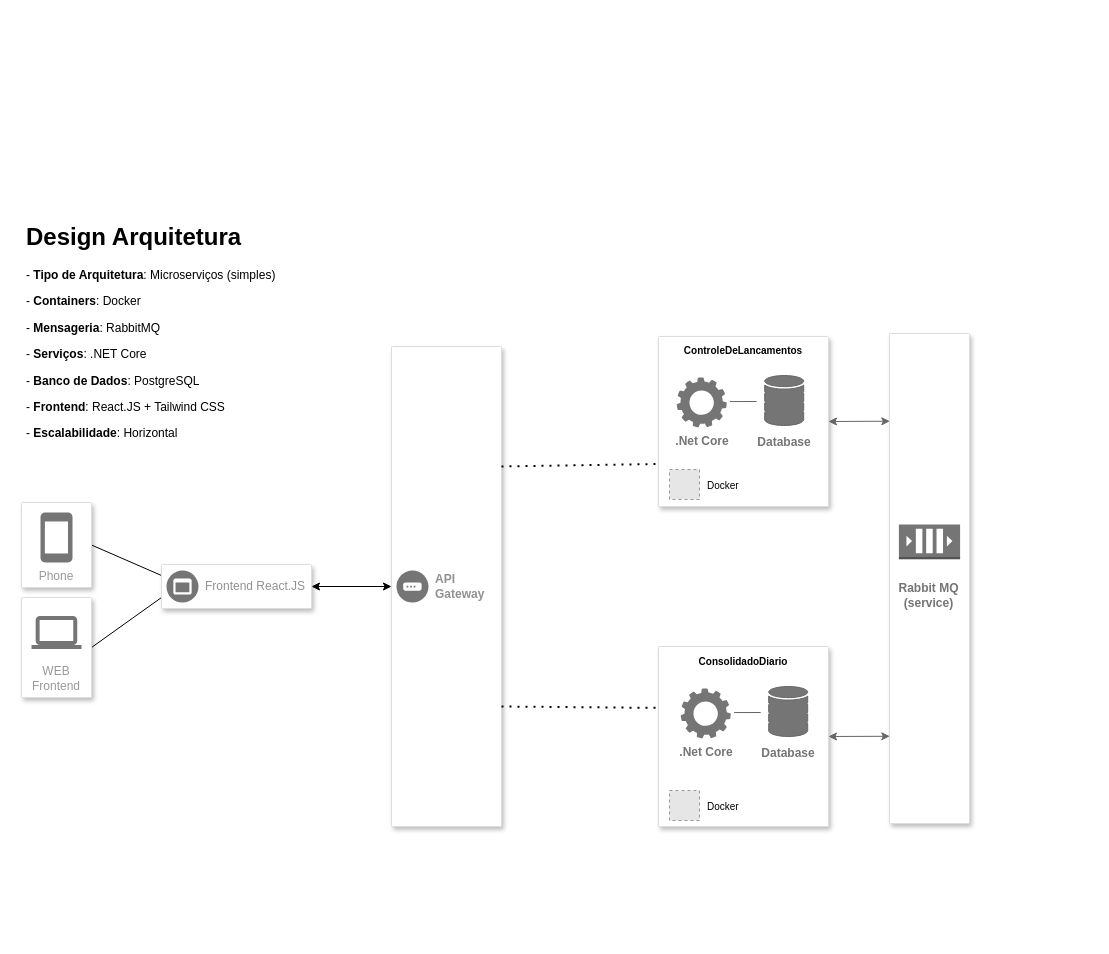
yanagassi/arquitetura_ms_dotnet keeps this draw.io diagram as Arquitetura/Diagrama de Arquitetura.drawio. Above is the earlier version. Source tidied: cells renumbered, new cells numbered last; positions are measured from the earlier drawing's top-left corner, leaving out a move shared by most shapes. Both pictures are drawn from the tidied source at 100%, with x=0, y=0 at pixel (21, 217). Pictures stored in the file or linked from it are replaced by grey dashed boxes.
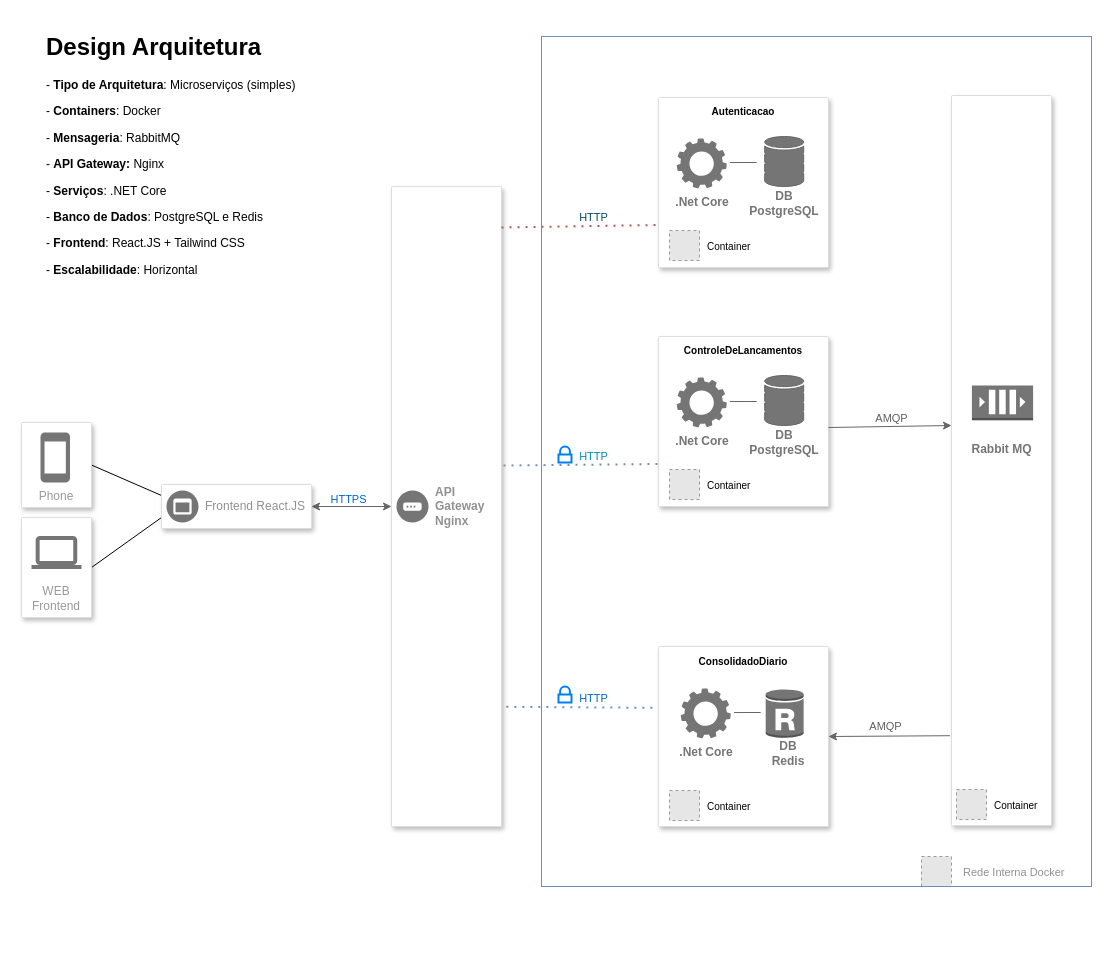
Above is the later version.

Unchanged cells that the change refers to:
```xml
<mxCell id="10" style="strokeColor=#dddddd;shadow=1;strokeWidth=1;rounded=1;absoluteArcSize=1;arcSize=2;" parent="1" vertex="1">
  <mxGeometry x="637" y="119" width="170" height="170" as="geometry" />
</mxCell>
<mxCell id="11" style="group;" parent="1" vertex="1">
  <mxGeometry x="648" y="248" width="91" height="39" as="geometry" />
</mxCell>
<mxCell id="19" style="strokeColor=#dddddd;shadow=1;strokeWidth=1;rounded=1;absoluteArcSize=1;arcSize=2;" parent="1" vertex="1">
  <mxGeometry x="637" y="429" width="170" height="180" as="geometry" />
</mxCell>
<mxCell id="20" style="group;" parent="1" vertex="1">
  <mxGeometry x="648" y="569" width="91" height="39" as="geometry" />
</mxCell>
```

Diff of the diagram source:
```diff
@@
+    <mxCell id="42" style="rounded=0;whiteSpace=wrap;html=1;fillColor=none;strokeColor=#6c8ebf;" parent="1" vertex="1">
+      <mxGeometry x="520" y="-181" width="550" height="850" as="geometry" />
+    </mxCell>
     <mxCell id="2" style="strokeColor=#dddddd;shadow=1;strokeWidth=1;rounded=1;absoluteArcSize=1;arcSize=2;" parent="1" vertex="1">
-      <mxGeometry x="370" y="129" width="110" height="480" as="geometry" />
+      <mxGeometry x="370" y="-31" width="110" height="640" as="geometry" />
     </mxCell>
-    <mxCell id="3" value="&lt;b&gt;&lt;font color=&quot;#919191&quot;&gt;API &lt;br&gt;Gateway&lt;/font&gt;&lt;/b&gt;" style="sketch=0;dashed=0;html=1;fillColor=#757575;strokeColor=none;shape=mxgraph.gcp2.gateway;labelPosition=right;verticalLabelPosition=middle;align=left;verticalAlign=middle;spacingLeft=5;fontSize=12;" parent="2" vertex="1">
+    <mxCell id="3" value="&lt;b&gt;&lt;font color=&quot;#919191&quot;&gt;API &lt;br&gt;Gateway&lt;br&gt;Nginx&lt;br&gt;&lt;/font&gt;&lt;/b&gt;" style="sketch=0;dashed=0;html=1;fillColor=#757575;strokeColor=none;shape=mxgraph.gcp2.gateway;labelPosition=right;verticalLabelPosition=middle;align=left;verticalAlign=middle;spacingLeft=5;fontSize=12;" parent="2" vertex="1">
       <mxGeometry y="0.5" width="32" height="32" relative="1" as="geometry">
         <mxPoint x="5" y="-16" as="offset" />
       </mxGeometry>
     </mxCell>
@@
     <mxCell id="5" value="Phone" style="strokeColor=#dddddd;shadow=1;strokeWidth=1;rounded=1;absoluteArcSize=1;arcSize=2;labelPosition=center;verticalLabelPosition=middle;align=center;verticalAlign=bottom;spacingLeft=0;fontColor=#999999;fontSize=12;whiteSpace=wrap;spacingBottom=2;html=1;" parent="1" vertex="1">
-      <mxGeometry y="285" width="70" height="85" as="geometry" />
+      <mxGeometry y="205" width="70" height="85" as="geometry" />
     </mxCell>
     <mxCell id="6" style="sketch=0;dashed=0;html=1;fillColor=#757575;strokeColor=none;shape=mxgraph.gcp2.phone;" parent="5" vertex="1">
-      <mxGeometry x="0.5" width="32" height="50" relative="1" as="geometry">
+      <mxGeometry x="0.5" width="29.5" height="50" relative="1" as="geometry">
         <mxPoint x="-16" y="10" as="offset" />
       </mxGeometry>
     </mxCell>
@@
     <mxCell id="8" value="WEB Frontend" style="strokeColor=#dddddd;shadow=1;strokeWidth=1;rounded=1;absoluteArcSize=1;arcSize=2;labelPosition=center;verticalLabelPosition=middle;align=center;verticalAlign=bottom;spacingLeft=0;fontColor=#999999;fontSize=12;whiteSpace=wrap;spacingBottom=2;html=1;" parent="1" vertex="1">
-      <mxGeometry y="380" width="70" height="100" as="geometry" />
+      <mxGeometry y="300" width="70" height="100" as="geometry" />
     </mxCell>
@@
-    <mxCell id="13" value="&lt;font style=&quot;font-size: 10px;&quot;&gt;Docker&lt;br&gt;&lt;/font&gt;" style="text;html=1;strokeColor=none;fillColor=none;align=left;verticalAlign=middle;whiteSpace=wrap;rounded=0;" parent="11" vertex="1">
+    <mxCell id="13" value="&lt;font style=&quot;font-size: 10px;&quot;&gt;Container&lt;br&gt;&lt;/font&gt;" style="text;html=1;strokeColor=none;fillColor=none;align=left;verticalAlign=middle;whiteSpace=wrap;rounded=0;" parent="11" vertex="1">
       <mxGeometry x="36" width="55" height="39" as="geometry" />
     </mxCell>
@@
     <mxCell id="15" style="group;" parent="1" vertex="1">
-      <mxGeometry x="868" y="166" width="80" height="440" as="geometry" />
+      <mxGeometry x="930" y="168" width="100" height="440" as="geometry" />
     </mxCell>
     <mxCell id="16" style="strokeColor=#dddddd;shadow=1;strokeWidth=1;rounded=1;absoluteArcSize=1;arcSize=2;align=right;" parent="15" vertex="1">
-      <mxGeometry y="-50" width="80" height="490" as="geometry" />
+      <mxGeometry y="-290" width="100" height="730" as="geometry" />
     </mxCell>
     <mxCell id="17" style="dashed=0;verticalLabelPosition=bottom;verticalAlign=top;align=center;html=1;shape=mxgraph.aws3.queue;fillColor=#757575;fontColor=#333333;strokeColor=#666666;" parent="15" vertex="1">
-      <mxGeometry x="9.4" y="141" width="61.2" height="34.8" as="geometry" />
+      <mxGeometry x="20.4" width="61.2" height="34.8" as="geometry" />
     </mxCell>
-    <mxCell id="18" value="&lt;b&gt;&lt;font color=&quot;#757575&quot;&gt;Rabbit MQ (service)&lt;/font&gt;&lt;/b&gt;" style="text;html=1;strokeColor=none;fillColor=none;align=center;verticalAlign=middle;whiteSpace=wrap;rounded=0;" parent="15" vertex="1">
-      <mxGeometry x="6.4" y="191" width="67.2" height="41.7" as="geometry" />
+    <mxCell id="18" value="&lt;b&gt;&lt;font color=&quot;#757575&quot;&gt;Rabbit MQ&lt;/font&gt;&lt;/b&gt;" style="text;html=1;strokeColor=none;fillColor=none;align=center;verticalAlign=middle;whiteSpace=wrap;rounded=0;" parent="15" vertex="1">
+      <mxGeometry x="16.9" y="43.8" width="67.2" height="40.9" as="geometry" />
     </mxCell>
+    <mxCell id="43" style="group;" parent="15" vertex="1">
+      <mxGeometry x="5" y="400" width="91" height="39" as="geometry" />
+    </mxCell>
+    <mxCell id="44" style="fillColor=#E6E6E6;strokeColor=#999999;dashed=1;html=1;verticalAlign=top;verticalLabelPosition=bottom;labelBackgroundColor=#ffffff;fontColor=#0066CC;" parent="43" vertex="1">
+      <mxGeometry y="4" width="30" height="30" as="geometry" />
+    </mxCell>
+    <mxCell id="45" value="&lt;font style=&quot;font-size: 10px;&quot;&gt;Container&lt;br&gt;&lt;/font&gt;" style="text;html=1;strokeColor=none;fillColor=none;align=left;verticalAlign=middle;whiteSpace=wrap;rounded=0;" parent="43" vertex="1">
+      <mxGeometry x="36" width="55" height="39" as="geometry" />
+    </mxCell>
@@
-    <mxCell id="22" value="&lt;font style=&quot;font-size: 10px;&quot;&gt;Docker&lt;br&gt;&lt;/font&gt;" style="text;html=1;strokeColor=none;fillColor=none;align=left;verticalAlign=middle;whiteSpace=wrap;rounded=0;" parent="20" vertex="1">
+    <mxCell id="22" value="&lt;font style=&quot;font-size: 10px;&quot;&gt;Container&lt;br&gt;&lt;/font&gt;" style="text;html=1;strokeColor=none;fillColor=none;align=left;verticalAlign=middle;whiteSpace=wrap;rounded=0;" parent="20" vertex="1">
       <mxGeometry x="36" width="55" height="39" as="geometry" />
     </mxCell>
@@
-    <mxCell id="24" style="endArrow=none;dashed=1;html=1;dashPattern=1 3;strokeWidth=2;rounded=0;exitX=1;exitY=0.25;exitDx=0;exitDy=0;entryX=0;entryY=0.75;entryDx=0;entryDy=0;" parent="1" edge="1" source="2" target="10">
+    <mxCell id="24" style="endArrow=none;dashed=1;html=1;dashPattern=1 3;strokeWidth=2;rounded=0;exitX=1.018;exitY=0.436;exitDx=0;exitDy=0;entryX=0;entryY=0.75;entryDx=0;entryDy=0;exitPerimeter=0;fillColor=#dae8fc;strokeColor=#6c8ebf;" parent="1" edge="1" source="2" target="10">
       <mxGeometry relative="1" as="geometry" />
     </mxCell>
+    <mxCell id="46" value="&lt;font color=&quot;#008cb4&quot;&gt;HTTP&lt;/font&gt;" style="edgeLabel;html=1;align=center;verticalAlign=middle;" parent="24" vertex="1">
+      <mxGeometry x="0.22" y="-4" relative="1" as="geometry">
+        <mxPoint x="-6" y="-13" as="offset" />
+      </mxGeometry>
+    </mxCell>
-    <mxCell id="25" style="endArrow=none;dashed=1;html=1;dashPattern=1 3;strokeWidth=2;rounded=0;exitX=1;exitY=0.75;exitDx=0;exitDy=0;entryX=-0.008;entryY=0.341;entryDx=0;entryDy=0;entryPerimeter=0;" parent="1" edge="1" source="2" target="19">
+    <mxCell id="25" style="endArrow=none;dashed=1;html=1;dashPattern=1 3;strokeWidth=2;rounded=0;exitX=1.044;exitY=0.813;exitDx=0;exitDy=0;entryX=-0.008;entryY=0.341;entryDx=0;entryDy=0;entryPerimeter=0;exitPerimeter=0;fillColor=#dae8fc;strokeColor=#6c8ebf;" parent="1" edge="1" source="2" target="19">
       <mxGeometry relative="1" as="geometry" />
     </mxCell>
-    <mxCell id="26" style="edgeStyle=orthogonalEdgeStyle;rounded=0;jettySize=auto;html=1;exitX=1;exitY=0.5;exitDx=0;exitDy=0;entryX=0;entryY=0.5;entryDx=0;entryDy=0;startArrow=classic;startFill=1;" parent="1" edge="1" source="27" target="2">
+    <mxCell id="26" style="edgeStyle=orthogonalEdgeStyle;rounded=0;jettySize=auto;html=1;exitX=1;exitY=0.5;exitDx=0;exitDy=0;entryX=0;entryY=0.5;entryDx=0;entryDy=0;startArrow=classic;startFill=1;fillColor=#f5f5f5;strokeColor=#666666;" parent="1" edge="1" source="27" target="2">
       <mxGeometry relative="1" as="geometry" />
     </mxCell>
+    <mxCell id="47" value="HTTPS" style="edgeLabel;html=1;align=center;verticalAlign=middle;fontColor=#0066CC;" parent="26" vertex="1">
+      <mxGeometry x="-0.31" y="1" relative="1" as="geometry">
+        <mxPoint x="8" y="-7" as="offset" />
+      </mxGeometry>
+    </mxCell>
     <mxCell id="27" style="strokeColor=#dddddd;shadow=1;strokeWidth=1;rounded=1;absoluteArcSize=1;arcSize=2;" parent="1" vertex="1">
-      <mxGeometry x="140" y="347" width="150" height="44" as="geometry" />
+      <mxGeometry x="140" y="267" width="150" height="44" as="geometry" />
     </mxCell>
@@
-    <mxCell id="33" value="&lt;span&gt;Database&lt;/span&gt;" style="text;html=1;strokeColor=none;fillColor=none;align=center;verticalAlign=middle;whiteSpace=wrap;rounded=0;fontStyle=1;fontColor=#757575;" parent="1" vertex="1">
+    <mxCell id="33" value="&lt;span&gt;DB PostgreSQL&lt;/span&gt;" style="text;html=1;strokeColor=none;fillColor=none;align=center;verticalAlign=middle;whiteSpace=wrap;rounded=0;fontStyle=1;fontColor=#757575;" parent="1" vertex="1">
       <mxGeometry x="732.8" y="210" width="60" height="30" as="geometry" />
     </mxCell>
-    <mxCell id="34" style="sketch=0;html=1;strokeColor=#666666;shadow=0;fillColor=#757575;verticalAlign=top;labelPosition=center;verticalLabelPosition=bottom;shape=mxgraph.gcp2.database_2;fontColor=#333333;" parent="1" vertex="1">
-      <mxGeometry x="747.2" y="469" width="39" height="50" as="geometry" />
-    </mxCell>
@@
-    <mxCell id="38" value="&lt;span&gt;Database&lt;/span&gt;" style="text;html=1;strokeColor=none;fillColor=none;align=center;verticalAlign=middle;whiteSpace=wrap;rounded=0;fontStyle=1;fontColor=#757575;" parent="1" vertex="1">
+    <mxCell id="38" value="DB &lt;br&gt;Redis" style="text;html=1;strokeColor=none;fillColor=none;align=center;verticalAlign=middle;whiteSpace=wrap;rounded=0;fontStyle=1;fontColor=#757575;" parent="1" vertex="1">
       <mxGeometry x="736.8" y="521" width="60" height="30" as="geometry" />
     </mxCell>
-    <mxCell id="39" style="endArrow=classic;startArrow=classic;html=1;rounded=0;exitX=1;exitY=0.5;exitDx=0;exitDy=0;entryX=0.004;entryY=0.179;entryDx=0;entryDy=0;entryPerimeter=0;fontColor=#606060;fillColor=#f5f5f5;strokeColor=#666666;" parent="1" edge="1" source="10" target="16">
-      <mxGeometry relative="1" as="geometry" />
+    <mxCell id="39" value="AMQP" style="endArrow=classic;startArrow=none;html=1;rounded=0;exitX=1;exitY=0.5;exitDx=0;exitDy=0;fontColor=#606060;fillColor=#f5f5f5;strokeColor=#666666;startFill=0;" parent="1" edge="1">
+      <mxGeometry x="0.03" y="8" relative="1" as="geometry">
+        <mxPoint x="807" y="210" as="sourcePoint" />
+        <mxPoint x="930" y="208" as="targetPoint" />
+      </mxGeometry>
     </mxCell>
-    <mxCell id="40" style="endArrow=classic;startArrow=classic;html=1;rounded=0;exitX=1;exitY=0.5;exitDx=0;exitDy=0;entryX=0.004;entryY=0.822;entryDx=0;entryDy=0;entryPerimeter=0;fontColor=#606060;fillColor=#f5f5f5;strokeColor=#666666;" parent="1" edge="1" source="19" target="16">
+    <mxCell id="40" style="endArrow=none;startArrow=classic;html=1;rounded=0;exitX=1;exitY=0.5;exitDx=0;exitDy=0;entryX=-0.016;entryY=0.877;entryDx=0;entryDy=0;entryPerimeter=0;fontColor=#606060;fillColor=#f5f5f5;strokeColor=#666666;endFill=0;" parent="1" edge="1" source="19" target="16">
       <mxGeometry relative="1" as="geometry" />
     </mxCell>
+    <mxCell id="48" value="&lt;font color=&quot;#606060&quot;&gt;AMQP&lt;/font&gt;" style="edgeLabel;html=1;align=center;verticalAlign=middle;" parent="40" vertex="1">
+      <mxGeometry x="-0.09" y="-1" relative="1" as="geometry">
+        <mxPoint x="1" y="-11" as="offset" />
+      </mxGeometry>
+    </mxCell>
-    <mxCell id="41" value="&lt;h1&gt;Design Arquitetura&lt;/h1&gt;&lt;p&gt;- &lt;b&gt;Tipo de Arquitetura&lt;/b&gt;: Microserviços (simples)&lt;/p&gt;&lt;p&gt;- &lt;b&gt;Containers&lt;/b&gt;: Docker&lt;/p&gt;&lt;p&gt;- &lt;b&gt;Mensageria&lt;/b&gt;: RabbitMQ&lt;/p&gt;&lt;p&gt;- &lt;b&gt;Serviços&lt;/b&gt;: .NET Core&lt;/p&gt;&lt;p&gt;- &lt;b&gt;Banco de Dados&lt;/b&gt;: PostgreSQL&lt;/p&gt;&lt;p&gt;- &lt;b&gt;Frontend&lt;/b&gt;: React.JS + Tailwind CSS&lt;br&gt;&lt;/p&gt;&lt;p&gt;- &lt;b&gt;Escalabilidade&lt;/b&gt;: Horizontal&lt;/p&gt;&lt;p&gt;&lt;br&gt;&lt;/p&gt;&lt;div&gt;&lt;br&gt;&lt;/div&gt;" style="text;html=1;strokeColor=none;fillColor=none;spacing=5;spacingTop=-20;whiteSpace=wrap;overflow=hidden;rounded=0;" parent="1" vertex="1">
-      <mxGeometry width="303.8" height="240" as="geometry" />
+    <mxCell id="41" value="&lt;h1&gt;Design Arquitetura&lt;/h1&gt;&lt;p&gt;- &lt;b&gt;Tipo de Arquitetura&lt;/b&gt;: Microserviços (simples)&lt;/p&gt;&lt;p&gt;- &lt;b&gt;Containers&lt;/b&gt;: Docker&lt;/p&gt;&lt;p&gt;- &lt;b&gt;Mensageria&lt;/b&gt;: RabbitMQ&lt;/p&gt;&lt;p&gt;- &lt;b&gt;API Gateway: &lt;/b&gt;Nginx&lt;/p&gt;&lt;p&gt;- &lt;b&gt;Serviços&lt;/b&gt;: .NET Core&lt;/p&gt;&lt;p&gt;- &lt;b&gt;Banco de Dados&lt;/b&gt;: PostgreSQL e Redis&lt;/p&gt;&lt;p&gt;- &lt;b&gt;Frontend&lt;/b&gt;: React.JS + Tailwind CSS&lt;br&gt;&lt;/p&gt;&lt;p&gt;- &lt;b&gt;Escalabilidade&lt;/b&gt;: Horizontal&lt;/p&gt;&lt;p&gt;&lt;br&gt;&lt;/p&gt;&lt;div&gt;&lt;br&gt;&lt;/div&gt;" style="text;html=1;strokeColor=none;fillColor=none;spacing=5;spacingTop=-20;whiteSpace=wrap;overflow=hidden;rounded=0;" parent="1" vertex="1">
+      <mxGeometry x="20" y="-190" width="303.8" height="279" as="geometry" />
     </mxCell>
+    <mxCell id="49" style="group;fontStyle=1;" parent="1" vertex="1">
+      <mxGeometry x="900" y="635" width="160" height="39" as="geometry" />
+    </mxCell>
+    <mxCell id="50" style="fillColor=#E6E6E6;strokeColor=#999999;dashed=1;html=1;verticalAlign=top;verticalLabelPosition=bottom;labelBackgroundColor=#ffffff;fontColor=#0066CC;" parent="49" vertex="1">
+      <mxGeometry y="4" width="30" height="30" as="geometry" />
+    </mxCell>
+    <mxCell id="51" value="&lt;font&gt;&lt;font color=&quot;#919191&quot; style=&quot;font-size: 11px;&quot;&gt;Rede Interna Docker&lt;/font&gt;&lt;br&gt;&lt;/font&gt;" style="text;html=1;strokeColor=none;fillColor=none;align=left;verticalAlign=middle;whiteSpace=wrap;rounded=0;" parent="49" vertex="1">
+      <mxGeometry x="40" width="120" height="39" as="geometry" />
+    </mxCell>
+    <mxCell id="52" style="dashed=0;verticalLabelPosition=bottom;verticalAlign=top;align=center;html=1;shape=mxgraph.aws3.rds_db_instance_read_replica;fillColor=#757575;fontColor=#333333;strokeColor=#757575;" parent="1" vertex="1">
+      <mxGeometry x="744.2" y="471" width="38" height="50" as="geometry" />
+    </mxCell>
+    <mxCell id="53" style="strokeColor=#dddddd;shadow=1;strokeWidth=1;rounded=1;absoluteArcSize=1;arcSize=2;" parent="1" vertex="1">
+      <mxGeometry x="637" y="-120" width="170" height="170" as="geometry" />
+    </mxCell>
+    <mxCell id="54" style="group;" parent="1" vertex="1">
+      <mxGeometry x="648" y="9" width="91" height="39" as="geometry" />
+    </mxCell>
+    <mxCell id="55" style="fillColor=#E6E6E6;strokeColor=#999999;dashed=1;html=1;verticalAlign=top;verticalLabelPosition=bottom;labelBackgroundColor=#ffffff;fontColor=#0066CC;" parent="54" vertex="1">
+      <mxGeometry y="4" width="30" height="30" as="geometry" />
+    </mxCell>
+    <mxCell id="56" value="&lt;font style=&quot;font-size: 10px;&quot;&gt;Container&lt;br&gt;&lt;/font&gt;" style="text;html=1;strokeColor=none;fillColor=none;align=left;verticalAlign=middle;whiteSpace=wrap;rounded=0;" parent="54" vertex="1">
+      <mxGeometry x="36" width="55" height="39" as="geometry" />
+    </mxCell>
+    <mxCell id="57" value="&lt;font size=&quot;1&quot;&gt;&lt;b&gt;Autenticacao&lt;/b&gt;&lt;/font&gt;" style="text;html=1;strokeColor=none;fillColor=none;align=center;verticalAlign=middle;whiteSpace=wrap;rounded=0;" parent="1" vertex="1">
+      <mxGeometry x="692" y="-121" width="60" height="30" as="geometry" />
+    </mxCell>
+    <mxCell id="58" style="endArrow=none;dashed=1;html=1;dashPattern=1 3;strokeWidth=2;rounded=0;exitX=1;exitY=0.25;exitDx=0;exitDy=0;entryX=0;entryY=0.75;entryDx=0;entryDy=0;fillColor=#f8cecc;strokeColor=#b85450;" parent="1" edge="1" target="53">
+      <mxGeometry relative="1" as="geometry">
+        <mxPoint x="480" y="10" as="sourcePoint" />
+      </mxGeometry>
+    </mxCell>
+    <mxCell id="59" style="sketch=0;html=1;strokeColor=#666666;shadow=0;fillColor=#757575;verticalAlign=top;labelPosition=center;verticalLabelPosition=bottom;shape=mxgraph.gcp2.database_2;fontColor=#333333;" parent="1" vertex="1">
+      <mxGeometry x="743.2" y="-81" width="39" height="50" as="geometry" />
+    </mxCell>
+    <mxCell id="60" style="rounded=0;jettySize=auto;html=1;endArrow=none;endFill=0;exitX=1.066;exitY=0.481;exitDx=0;exitDy=0;exitPerimeter=0;fillColor=#f5f5f5;strokeColor=#666666;" parent="1" edge="1" source="61">
+      <mxGeometry relative="1" as="geometry">
+        <mxPoint x="735.2" y="-55" as="targetPoint" />
+      </mxGeometry>
+    </mxCell>
+    <mxCell id="61" style="sketch=0;html=1;strokeColor=none;shadow=0;fillColor=#757575;verticalAlign=top;labelPosition=center;verticalLabelPosition=bottom;shape=mxgraph.gcp2.gear;" parent="1" vertex="1">
+      <mxGeometry x="655.2" y="-79" width="50" height="50" as="geometry" />
+    </mxCell>
+    <mxCell id="62" value="&lt;span&gt;.Net Core&lt;/span&gt;" style="text;html=1;strokeColor=none;fillColor=none;align=center;verticalAlign=middle;whiteSpace=wrap;rounded=0;fontStyle=1;fontColor=#757575;" parent="1" vertex="1">
+      <mxGeometry x="651.2" y="-30" width="60" height="30" as="geometry" />
+    </mxCell>
+    <mxCell id="63" value="&lt;span&gt;DB PostgreSQL&lt;/span&gt;" style="text;html=1;strokeColor=none;fillColor=none;align=center;verticalAlign=middle;whiteSpace=wrap;rounded=0;fontStyle=1;fontColor=#757575;" parent="1" vertex="1">
+      <mxGeometry x="732.8" y="-29" width="60" height="30" as="geometry" />
+    </mxCell>
+    <mxCell id="64" value="&lt;font color=&quot;#004d65&quot;&gt;HTTP&lt;/font&gt;" style="edgeLabel;html=1;align=center;verticalAlign=middle;" parent="1" vertex="1">
+      <mxGeometry x="560" y="239" as="geometry">
+        <mxPoint x="11" y="-240" as="offset" />
+      </mxGeometry>
+    </mxCell>
+    <mxCell id="65" value="&lt;font color=&quot;#0066cc&quot;&gt;HTTP&lt;/font&gt;" style="edgeLabel;html=1;align=center;verticalAlign=middle;" parent="1" vertex="1">
+      <mxGeometry x="560" y="720" as="geometry">
+        <mxPoint x="11" y="-240" as="offset" />
+      </mxGeometry>
+    </mxCell>
+    <mxCell id="66" style="html=1;verticalLabelPosition=bottom;align=center;labelBackgroundColor=#ffffff;verticalAlign=top;strokeWidth=2;strokeColor=#0080F0;shadow=0;dashed=0;shape=mxgraph.ios7.icons.locked;" parent="1" vertex="1">
+      <mxGeometry x="537" y="229" width="13" height="16" as="geometry" />
+    </mxCell>
+    <mxCell id="67" style="html=1;verticalLabelPosition=bottom;align=center;labelBackgroundColor=#ffffff;verticalAlign=top;strokeWidth=2;strokeColor=#0080F0;shadow=0;dashed=0;shape=mxgraph.ios7.icons.locked;" parent="1" vertex="1">
+      <mxGeometry x="537" y="469" width="13" height="16" as="geometry" />
+    </mxCell>
+    <mxCell id="68" style="rounded=0;whiteSpace=wrap;html=1;fillColor=none;strokeColor=#6c8ebf;" parent="1" vertex="1">
+      <mxGeometry x="520" y="-181" width="550" height="850" as="geometry" />
+    </mxCell>
```
